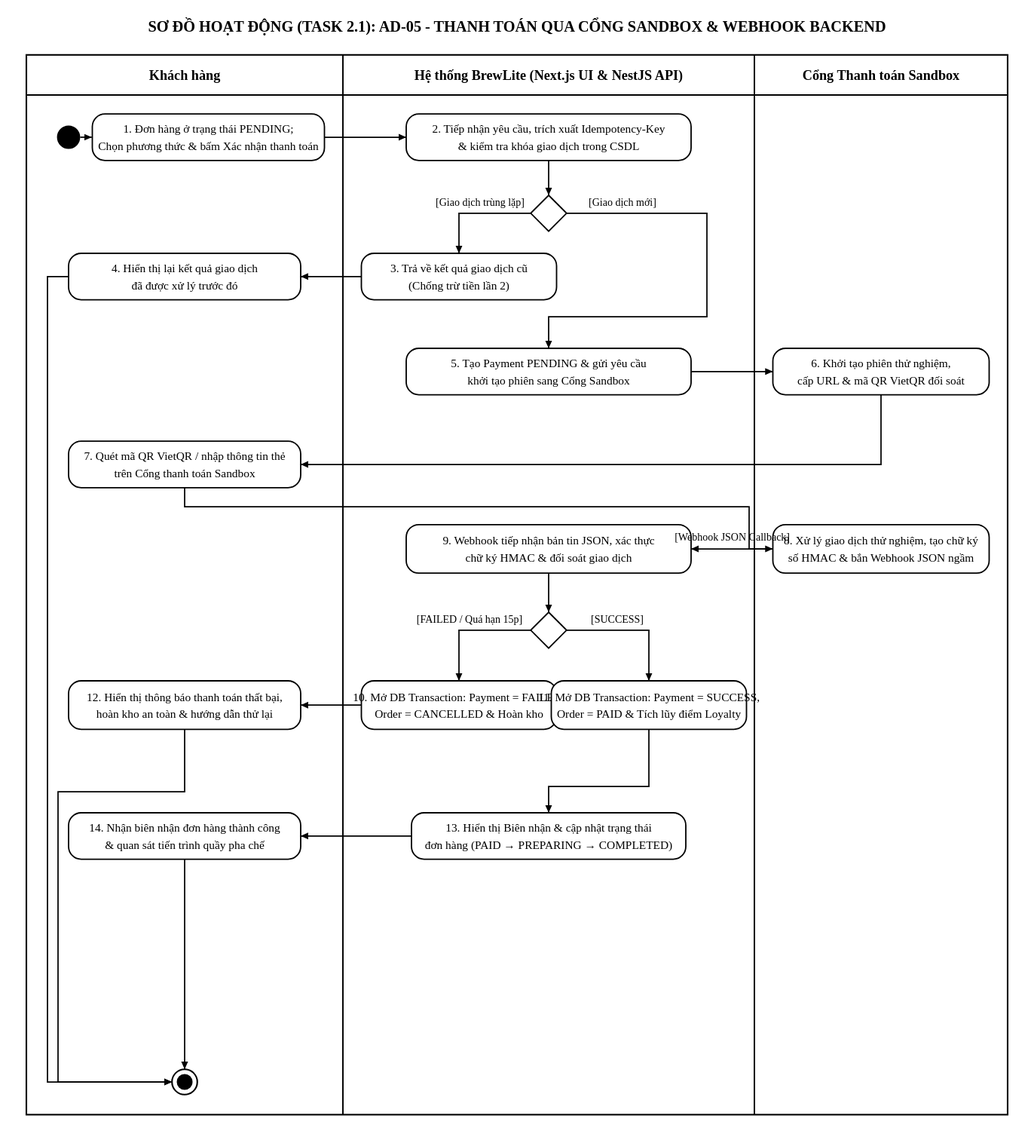
Before: docs/diagrams/activity-05-payment.svg, a diagram exported from PlantUML (SamuiSang/brewlite2). Its source is kept beside it as docs/diagrams/activity-05-payment.puml. Source of this version:
```plantuml
@startuml activity-05-payment
!pragma useVerticalIf on
skinparam monochrome true
skinparam shadowing false
skinparam backgroundColor white
skinparam defaultFontName "Segoe UI", "Arial", sans-serif

skinparam ActivityBorderThickness 1.3
skinparam ArrowThickness 1.3
skinparam ActivityDiamondBorderThickness 1.3
skinparam SwimlaneBorderThickness 1.4
skinparam SwimlaneTitleFontSize 13
skinparam SwimlaneTitleFontWeight bold
skinparam ActivityFontSize 11
skinparam ActivityDiamondFontSize 10
skinparam ArrowFontSize 10
skinparam ActivityMaxWidth 250

title SƠ ĐỒ HOẠT ĐỘNG (TASK 2.1): AD-05 - THANH TOÁN QUA CỔNG SANDBOX & WEBHOOK BACKEND

|Khách hàng|
|Hệ thống BrewLite (Next.js UI & NestJS API)|
|Cổng Thanh toán Sandbox|

|Khách hàng|
start
:1. Đơn hàng ở trạng thái PENDING;\nChọn phương thức & bấm Xác nhận thanh toán;

|Hệ thống BrewLite (Next.js UI & NestJS API)|
:2. Tiếp nhận yêu cầu, trích xuất Idempotency-Key\n& kiểm tra khóa giao dịch trong CSDL;

if () then ([Giao dịch trùng lặp])
  :3. Trả về kết quả giao dịch cũ\n(Chống trừ tiền lần 2);
  |Khách hàng|
  :4. Hiển thị lại kết quả giao dịch\nđã được xử lý trước đó;
else ([Giao dịch mới])
  |Hệ thống BrewLite (Next.js UI & NestJS API)|
  :5. Tạo Payment PENDING & gửi yêu cầu\nkhởi tạo phiên sang Cổng Sandbox;

  |Cổng Thanh toán Sandbox|
  :6. Khởi tạo phiên giao dịch thử nghiệm,\ncấp URL & mã QR VietQR đối soát;

  |Khách hàng|
  :7. Quét mã QR VietQR / nhập thông tin thẻ\ntrên Cổng thanh toán Sandbox;

  |Cổng Thanh toán Sandbox|
  :8. Xử lý giao dịch thử nghiệm, tạo chữ ký\nsố HMAC & bắn Webhook JSON ngầm;

  |Hệ thống BrewLite (Next.js UI & NestJS API)|
  -> [Webhook JSON Callback];
  :9. Webhook tiếp nhận bản tin JSON, xác thực\nchữ ký HMAC & đối soát giao dịch;

  if () then ([SUCCESS])
    :11. Mở DB Transaction: Payment = SUCCESS,\nOrder = PAID & Tích lũy điểm Loyalty;
    :13. Hiển thị Biên nhận & cập nhật trạng thái\nđơn hàng (PAID → PREPARING → COMPLETED);
    |Khách hàng|
    :14. Nhận biên nhận đơn hàng thành công\n& quan sát tiến trình quầy pha chế;
  else ([FAILED / Quá hạn 15p])
    |Hệ thống BrewLite (Next.js UI & NestJS API)|
    :10. Mở DB Transaction: Payment = FAILED,\nOrder = CANCELLED & Hoàn kho;
    |Khách hàng|
    :12. Hiển thị thông báo thanh toán thất bại,\nhoàn kho an toàn & hướng dẫn thử lại;
  endif
endif

|Khách hàng|
stop

@enduml
```
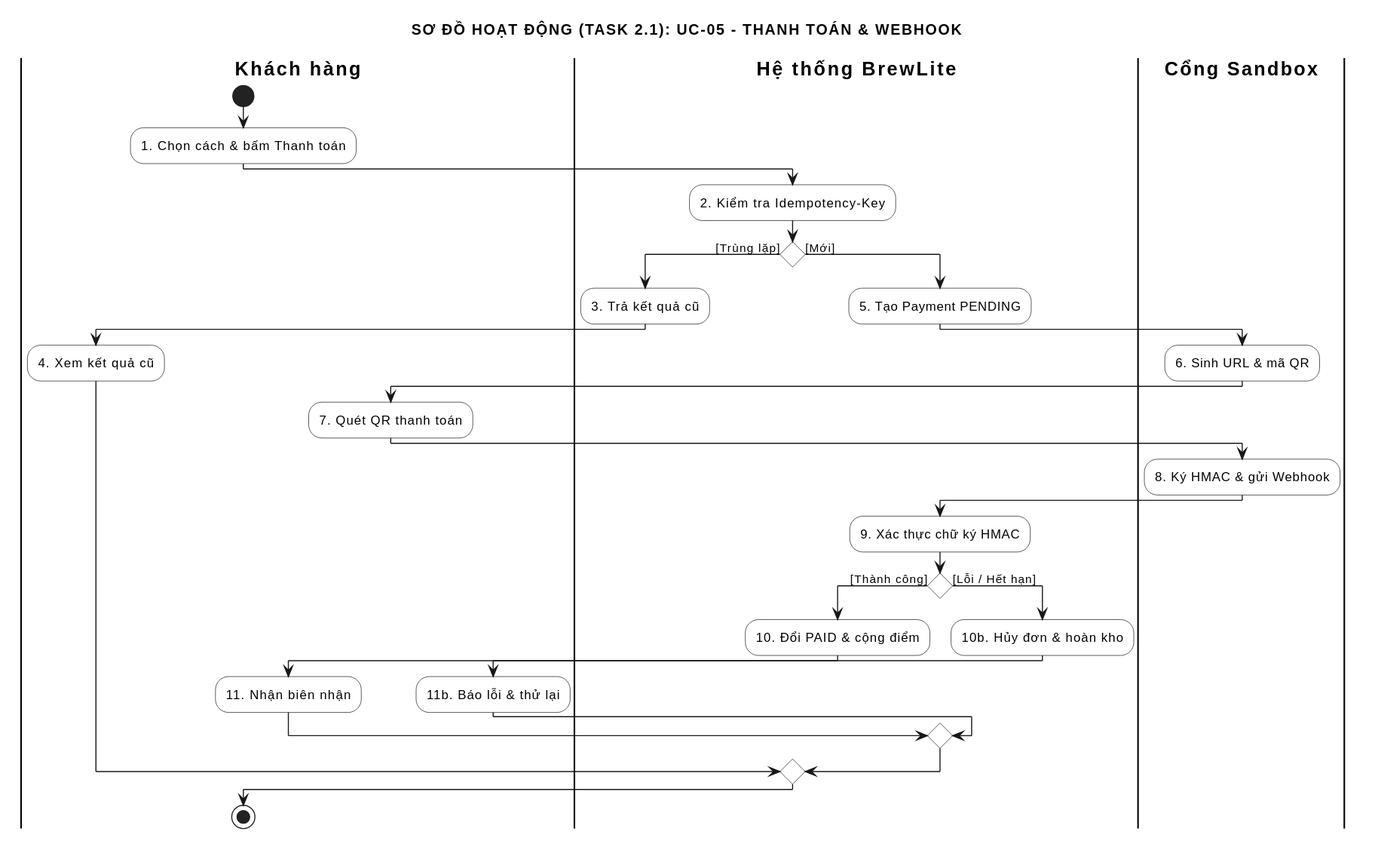
After the commit.

Diff of the diagram source:
```diff
@@ -2,68 +2,46 @@
 !pragma useVerticalIf on
 skinparam monochrome true
 skinparam shadowing false
+skinparam defaultFontName SansSerif
 skinparam backgroundColor white
-skinparam defaultFontName "Segoe UI", "Arial", sans-serif
-
-skinparam ActivityBorderThickness 1.3
-skinparam ArrowThickness 1.3
-skinparam ActivityDiamondBorderThickness 1.3
-skinparam SwimlaneBorderThickness 1.4
-skinparam SwimlaneTitleFontSize 13
-skinparam SwimlaneTitleFontWeight bold
-skinparam ActivityFontSize 11
-skinparam ActivityDiamondFontSize 10
-skinparam ArrowFontSize 10
-skinparam ActivityMaxWidth 250
-
-title SƠ ĐỒ HOẠT ĐỘNG (TASK 2.1): AD-05 - THANH TOÁN QUA CỔNG SANDBOX & WEBHOOK BACKEND
-
-|Khách hàng|
-|Hệ thống BrewLite (Next.js UI & NestJS API)|
-|Cổng Thanh toán Sandbox|
+skinparam conditionStyle diamond
+skinparam activityBackgroundColor white
+skinparam activityDiamondBackgroundColor white
+skinparam swimlaneTitleFontStyle bold
+skinparam swimlaneBorderColor black
+title SƠ ĐỒ HOẠT ĐỘNG (TASK 2.1): UC-05 - THANH TOÁN & WEBHOOK
 
 |Khách hàng|
 start
-:1. Đơn hàng ở trạng thái PENDING;\nChọn phương thức & bấm Xác nhận thanh toán;
-
-|Hệ thống BrewLite (Next.js UI & NestJS API)|
-:2. Tiếp nhận yêu cầu, trích xuất Idempotency-Key\n& kiểm tra khóa giao dịch trong CSDL;
-
-if () then ([Giao dịch trùng lặp])
-  :3. Trả về kết quả giao dịch cũ\n(Chống trừ tiền lần 2);
+:1. Chọn cách & bấm Thanh toán;
+|Hệ thống BrewLite|
+:2. Kiểm tra Idempotency-Key;
+if () then ([Trùng lặp])
+  :3. Trả kết quả cũ;
   |Khách hàng|
-  :4. Hiển thị lại kết quả giao dịch\nđã được xử lý trước đó;
-else ([Giao dịch mới])
-  |Hệ thống BrewLite (Next.js UI & NestJS API)|
-  :5. Tạo Payment PENDING & gửi yêu cầu\nkhởi tạo phiên sang Cổng Sandbox;
-
-  |Cổng Thanh toán Sandbox|
-  :6. Khởi tạo phiên giao dịch thử nghiệm,\ncấp URL & mã QR VietQR đối soát;
-
+  :4. Xem kết quả cũ;
+else ([Mới])
+  |Hệ thống BrewLite|
+  :5. Tạo Payment PENDING;
+  |Cổng Sandbox|
+  :6. Sinh URL & mã QR;
   |Khách hàng|
-  :7. Quét mã QR VietQR / nhập thông tin thẻ\ntrên Cổng thanh toán Sandbox;
-
-  |Cổng Thanh toán Sandbox|
-  :8. Xử lý giao dịch thử nghiệm, tạo chữ ký\nsố HMAC & bắn Webhook JSON ngầm;
-
-  |Hệ thống BrewLite (Next.js UI & NestJS API)|
-  -> [Webhook JSON Callback];
-  :9. Webhook tiếp nhận bản tin JSON, xác thực\nchữ ký HMAC & đối soát giao dịch;
-
-  if () then ([SUCCESS])
-    :11. Mở DB Transaction: Payment = SUCCESS,\nOrder = PAID & Tích lũy điểm Loyalty;
-    :13. Hiển thị Biên nhận & cập nhật trạng thái\nđơn hàng (PAID → PREPARING → COMPLETED);
+  :7. Quét QR thanh toán;
+  |Cổng Sandbox|
+  :8. Ký HMAC & gửi Webhook;
+  |Hệ thống BrewLite|
+  :9. Xác thực chữ ký HMAC;
+  if () then ([Thành công])
+    :10. Đổi PAID & cộng điểm;
     |Khách hàng|
-    :14. Nhận biên nhận đơn hàng thành công\n& quan sát tiến trình quầy pha chế;
-  else ([FAILED / Quá hạn 15p])
-    |Hệ thống BrewLite (Next.js UI & NestJS API)|
-    :10. Mở DB Transaction: Payment = FAILED,\nOrder = CANCELLED & Hoàn kho;
+    :11. Nhận biên nhận;
+  else ([Lỗi / Hết hạn])
+    |Hệ thống BrewLite|
+    :10b. Hủy đơn & hoàn kho;
     |Khách hàng|
-    :12. Hiển thị thông báo thanh toán thất bại,\nhoàn kho an toàn & hướng dẫn thử lại;
+    :11b. Báo lỗi & thử lại;
   endif
 endif
-
 |Khách hàng|
 stop
-
 @enduml
```
